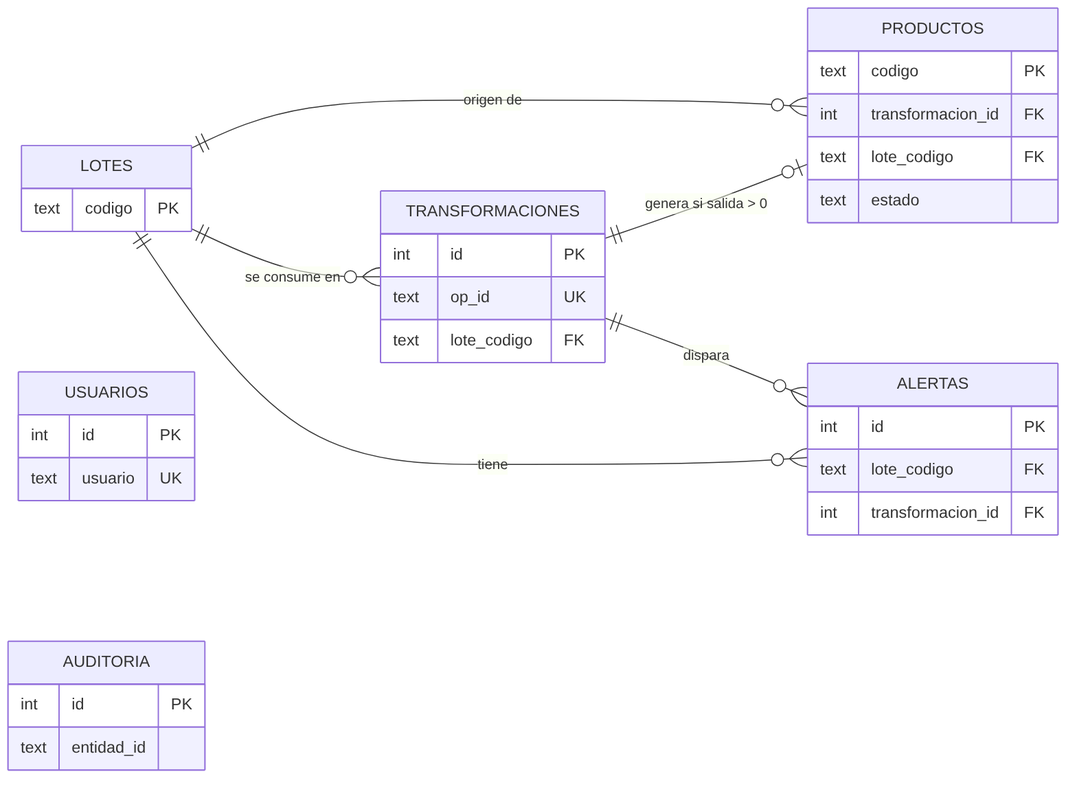
This is documentos/diagramas/modelo.png from SantiagoAndresValencia/Reto-Hackathon-FUCTIH-Nexus-Code, a Mermaid export, as it was before one commit. Its source is kept beside it as documentos/diagramas/modelo.mmd. The source it was exported from:
```mermaid
erDiagram
  direction LR
  LOTES ||--o{ TRANSFORMACIONES : "se consume en"
  TRANSFORMACIONES ||--o| PRODUCTOS : "genera si salida > 0"
  LOTES ||--o{ PRODUCTOS : "origen de"
  LOTES ||--o{ ALERTAS : "tiene"
  TRANSFORMACIONES ||--o{ ALERTAS : "dispara"
  LOTES { text codigo PK }
  TRANSFORMACIONES { int id PK
    text op_id UK
    text lote_codigo FK }
  PRODUCTOS { text codigo PK
    int transformacion_id FK
    text lote_codigo FK
    text estado }
  ALERTAS { int id PK
    text lote_codigo FK
    int transformacion_id FK }
  USUARIOS { int id PK
    text usuario UK }
  AUDITORIA { int id PK
    text entidad_id }
```
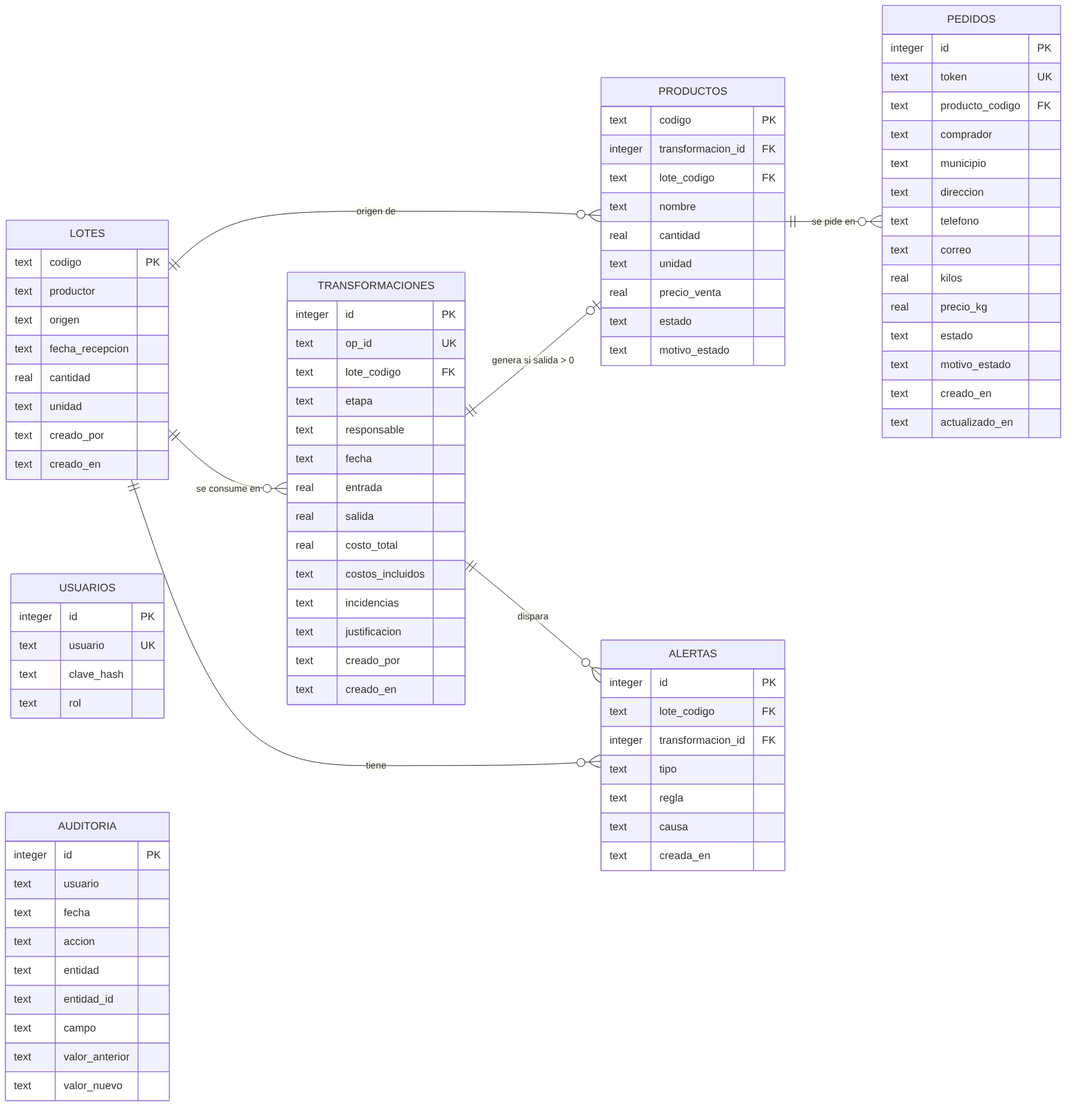
The same file after the commit.

The edit, as a diff of the source:
```diff
@@ -5,18 +5,83 @@
   LOTES ||--o{ PRODUCTOS : "origen de"
   LOTES ||--o{ ALERTAS : "tiene"
   TRANSFORMACIONES ||--o{ ALERTAS : "dispara"
-  LOTES { text codigo PK }
-  TRANSFORMACIONES { int id PK
+  PRODUCTOS ||--o{ PEDIDOS : "se pide en"
+  USUARIOS {
+    integer id PK
+    text usuario UK
+    text clave_hash
+    text rol
+  }
+  LOTES {
+    text codigo PK
+    text productor
+    text origen
+    text fecha_recepcion
+    real cantidad
+    text unidad
+    text creado_por
+    text creado_en
+  }
+  TRANSFORMACIONES {
+    integer id PK
     text op_id UK
-    text lote_codigo FK }
-  PRODUCTOS { text codigo PK
-    int transformacion_id FK
     text lote_codigo FK
-    text estado }
-  ALERTAS { int id PK
+    text etapa
+    text responsable
+    text fecha
+    real entrada
+    real salida
+    real costo_total
+    text costos_incluidos
+    text incidencias
+    text justificacion
+    text creado_por
+    text creado_en
+  }
+  PRODUCTOS {
+    text codigo PK
+    integer transformacion_id FK
     text lote_codigo FK
-    int transformacion_id FK }
-  USUARIOS { int id PK
-    text usuario UK }
-  AUDITORIA { int id PK
-    text entidad_id }
+    text nombre
+    real cantidad
+    text unidad
+    real precio_venta
+    text estado
+    text motivo_estado
+  }
+  ALERTAS {
+    integer id PK
+    text lote_codigo FK
+    integer transformacion_id FK
+    text tipo
+    text regla
+    text causa
+    text creada_en
+  }
+  PEDIDOS {
+    integer id PK
+    text token UK
+    text producto_codigo FK
+    text comprador
+    text municipio
+    text direccion
+    text telefono
+    text correo
+    real kilos
+    real precio_kg
+    text estado
+    text motivo_estado
+    text creado_en
+    text actualizado_en
+  }
+  AUDITORIA {
+    integer id PK
+    text usuario
+    text fecha
+    text accion
+    text entidad
+    text entidad_id
+    text campo
+    text valor_anterior
+    text valor_nuevo
+  }
```
